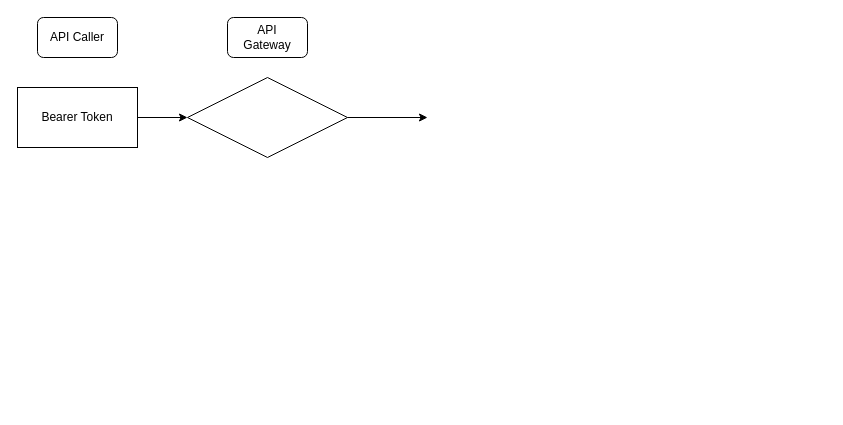
This is Auth0.drawio from developer-onizuka/Diagrams, a draw.io file, before an edit. Source tidied: cells renumbered, new cells numbered last; positions are measured from the earlier drawing's top-left corner, leaving out a move shared by most shapes. Both pictures are drawn from the tidied source at 100%, with x=0, y=0 at pixel (17, 17).
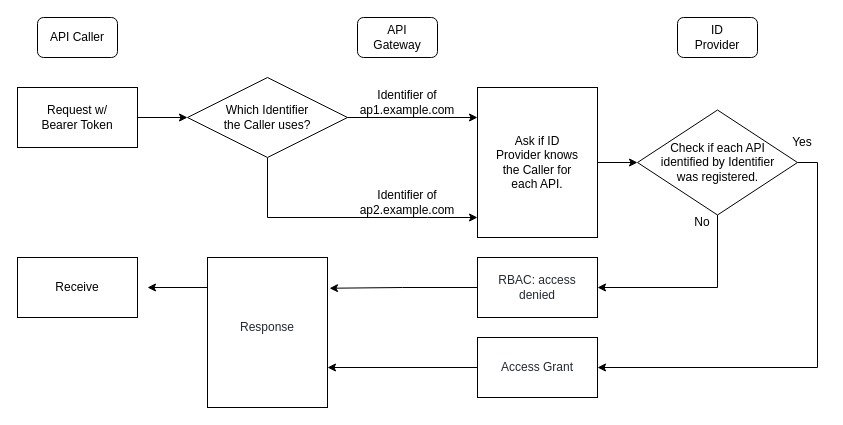
After the change.

Unchanged cells that the change refers to:
```xml
<mxCell id="5" style="rhombus;whiteSpace=wrap;html=1;" parent="1" vertex="1">
  <mxGeometry x="170" y="60" width="160" height="80" as="geometry" />
</mxCell>
```

The edit, as a diff of the source:
```diff
@@
+    <mxCell id="11" style="edgeStyle=orthogonalEdgeStyle;rounded=0;jettySize=auto;html=1;" parent="1" edge="1" source="5">
+      <mxGeometry relative="1" as="geometry">
+        <mxPoint x="460" y="200" as="targetPoint" />
+        <Array as="points">
+          <mxPoint x="250" y="200" />
+          <mxPoint x="410" y="200" />
+        </Array>
+      </mxGeometry>
+    </mxCell>
@@
     <mxCell id="6" style="endArrow=classic;html=1;rounded=0;exitX=1;exitY=0.5;exitDx=0;exitDy=0;" parent="1" edge="1" source="5">
       <mxGeometry relative="1" as="geometry">
-        <mxPoint x="410" y="100" as="targetPoint" />
+        <mxPoint x="460" y="100" as="targetPoint" />
       </mxGeometry>
     </mxCell>
     <mxCell id="7" style="rounded=1;whiteSpace=wrap;html=1;" parent="1" vertex="1">
-      <mxGeometry x="210" width="80" height="40" as="geometry" />
+      <mxGeometry x="340" width="80" height="40" as="geometry" />
     </mxCell>
     <mxCell id="8" value="API Gateway" style="text;html=1;strokeColor=none;fillColor=none;align=center;verticalAlign=middle;whiteSpace=wrap;rounded=0;" parent="1" vertex="1">
-      <mxGeometry x="220" width="60" height="40" as="geometry" />
+      <mxGeometry x="350" width="60" height="40" as="geometry" />
     </mxCell>
@@
-    <mxCell id="10" value="Bearer Token" style="text;html=1;strokeColor=none;fillColor=none;align=center;verticalAlign=middle;whiteSpace=wrap;rounded=0;" parent="1" vertex="1">
+    <mxCell id="10" value="Request w/&lt;br&gt;Bearer Token" style="text;html=1;strokeColor=none;fillColor=none;align=center;verticalAlign=middle;whiteSpace=wrap;rounded=0;" parent="1" vertex="1">
       <mxGeometry x="20" y="80" width="80" height="40" as="geometry" />
     </mxCell>
+    <mxCell id="12" value="Identifier of ap1.example.com" style="text;html=1;strokeColor=none;fillColor=none;align=center;verticalAlign=middle;whiteSpace=wrap;rounded=0;" parent="1" vertex="1">
+      <mxGeometry x="320" y="70" width="140" height="30" as="geometry" />
+    </mxCell>
+    <mxCell id="13" value="Which Identifier the Caller uses?" style="text;html=1;strokeColor=none;fillColor=none;align=center;verticalAlign=middle;whiteSpace=wrap;rounded=0;" parent="1" vertex="1">
+      <mxGeometry x="205" y="80" width="90" height="40" as="geometry" />
+    </mxCell>
+    <mxCell id="14" value="Identifier of ap2.example.com" style="text;html=1;strokeColor=none;fillColor=none;align=center;verticalAlign=middle;whiteSpace=wrap;rounded=0;" parent="1" vertex="1">
+      <mxGeometry x="320" y="170" width="140" height="30" as="geometry" />
+    </mxCell>
+    <mxCell id="15" style="rounded=0;whiteSpace=wrap;html=1;" parent="1" vertex="1">
+      <mxGeometry x="460" y="70" width="120" height="150" as="geometry" />
+    </mxCell>
+    <mxCell id="16" style="edgeStyle=orthogonalEdgeStyle;rounded=0;jettySize=auto;html=1;entryX=0;entryY=0.5;entryDx=0;entryDy=0;exitX=1;exitY=0.5;exitDx=0;exitDy=0;" parent="1" edge="1" source="15" target="22">
+      <mxGeometry relative="1" as="geometry" />
+    </mxCell>
+    <mxCell id="17" value="Ask if ID Provider knows the Caller for each API." style="text;html=1;strokeColor=none;fillColor=none;align=center;verticalAlign=middle;whiteSpace=wrap;rounded=0;" parent="1" vertex="1">
+      <mxGeometry x="475" y="100" width="90" height="90" as="geometry" />
+    </mxCell>
+    <mxCell id="18" style="rounded=1;whiteSpace=wrap;html=1;" parent="1" vertex="1">
+      <mxGeometry x="660" width="80" height="40" as="geometry" />
+    </mxCell>
+    <mxCell id="19" value="ID Provider" style="text;html=1;strokeColor=none;fillColor=none;align=center;verticalAlign=middle;whiteSpace=wrap;rounded=0;" parent="1" vertex="1">
+      <mxGeometry x="670" width="60" height="40" as="geometry" />
+    </mxCell>
+    <mxCell id="20" style="edgeStyle=orthogonalEdgeStyle;rounded=0;jettySize=auto;html=1;exitX=0.5;exitY=1;exitDx=0;exitDy=0;fontSize=12;entryX=1;entryY=0.5;entryDx=0;entryDy=0;" parent="1" edge="1" source="22" target="25">
+      <mxGeometry relative="1" as="geometry" />
+    </mxCell>
+    <mxCell id="21" style="edgeStyle=orthogonalEdgeStyle;rounded=0;jettySize=auto;html=1;exitX=1;exitY=0.5;exitDx=0;exitDy=0;fontSize=12;entryX=1;entryY=0.5;entryDx=0;entryDy=0;" parent="1" edge="1" source="22" target="34">
+      <mxGeometry relative="1" as="geometry" />
+    </mxCell>
+    <mxCell id="22" style="rhombus;whiteSpace=wrap;html=1;" parent="1" vertex="1">
+      <mxGeometry x="620" y="92.5" width="160" height="105" as="geometry" />
+    </mxCell>
+    <mxCell id="23" value="Check if each API identified by Identifier was registered." style="text;html=1;strokeColor=none;fillColor=none;align=center;verticalAlign=middle;whiteSpace=wrap;rounded=0;" parent="1" vertex="1">
+      <mxGeometry x="637.5" y="102.5" width="125" height="85" as="geometry" />
+    </mxCell>
+    <mxCell id="24" style="edgeStyle=orthogonalEdgeStyle;rounded=0;jettySize=auto;html=1;exitX=0;exitY=0.5;exitDx=0;exitDy=0;fontSize=12;entryX=1.017;entryY=0.205;entryDx=0;entryDy=0;entryPerimeter=0;" parent="1" edge="1" source="25" target="29">
+      <mxGeometry relative="1" as="geometry" />
+    </mxCell>
+    <mxCell id="25" style="rounded=0;whiteSpace=wrap;html=1;" parent="1" vertex="1">
+      <mxGeometry x="460" y="240" width="120" height="60" as="geometry" />
+    </mxCell>
+    <mxCell id="26" value="&lt;span style=&quot;color: rgb(36 , 41 , 47) ; text-align: left ; background-color: rgb(255 , 255 , 255)&quot;&gt;&lt;font style=&quot;font-size: 12px&quot;&gt;RBAC: access denied&lt;/font&gt;&lt;/span&gt;" style="text;html=1;strokeColor=none;fillColor=none;align=center;verticalAlign=middle;whiteSpace=wrap;rounded=0;" parent="1" vertex="1">
+      <mxGeometry x="480" y="250" width="80" height="40" as="geometry" />
+    </mxCell>
+    <mxCell id="27" value="No" style="text;html=1;strokeColor=none;fillColor=none;align=center;verticalAlign=middle;whiteSpace=wrap;rounded=0;" parent="1" vertex="1">
+      <mxGeometry x="670" y="190" width="30" height="30" as="geometry" />
+    </mxCell>
+    <mxCell id="28" style="edgeStyle=orthogonalEdgeStyle;rounded=0;jettySize=auto;html=1;exitX=0;exitY=0.5;exitDx=0;exitDy=0;fontSize=12;" parent="1" edge="1" source="29">
+      <mxGeometry relative="1" as="geometry">
+        <mxPoint x="130" y="270" as="targetPoint" />
+        <Array as="points">
+          <mxPoint x="190" y="270" />
+        </Array>
+      </mxGeometry>
+    </mxCell>
+    <mxCell id="29" style="rounded=0;whiteSpace=wrap;html=1;" parent="1" vertex="1">
+      <mxGeometry x="190" y="240" width="120" height="150" as="geometry" />
+    </mxCell>
+    <mxCell id="30" value="&lt;span style=&quot;color: rgb(36 , 41 , 47) ; text-align: left ; background-color: rgb(255 , 255 , 255)&quot;&gt;&lt;font style=&quot;font-size: 12px&quot;&gt;Response&lt;/font&gt;&lt;/span&gt;" style="text;html=1;strokeColor=none;fillColor=none;align=center;verticalAlign=middle;whiteSpace=wrap;rounded=0;" parent="1" vertex="1">
+      <mxGeometry x="210" y="290" width="80" height="40" as="geometry" />
+    </mxCell>
+    <mxCell id="31" style="rounded=0;whiteSpace=wrap;html=1;" parent="1" vertex="1">
+      <mxGeometry y="240" width="120" height="60" as="geometry" />
+    </mxCell>
+    <mxCell id="32" value="Receive" style="text;html=1;strokeColor=none;fillColor=none;align=center;verticalAlign=middle;whiteSpace=wrap;rounded=0;" parent="1" vertex="1">
+      <mxGeometry x="20" y="250" width="80" height="40" as="geometry" />
+    </mxCell>
+    <mxCell id="33" style="edgeStyle=orthogonalEdgeStyle;rounded=0;jettySize=auto;html=1;exitX=0;exitY=0.5;exitDx=0;exitDy=0;fontSize=12;" parent="1" edge="1" source="34">
+      <mxGeometry relative="1" as="geometry">
+        <mxPoint x="310" y="350" as="targetPoint" />
+      </mxGeometry>
+    </mxCell>
+    <mxCell id="34" style="rounded=0;whiteSpace=wrap;html=1;" parent="1" vertex="1">
+      <mxGeometry x="460" y="320" width="120" height="60" as="geometry" />
+    </mxCell>
+    <mxCell id="35" value="&lt;span style=&quot;color: rgb(36 , 41 , 47) ; text-align: left ; background-color: rgb(255 , 255 , 255)&quot;&gt;&lt;font style=&quot;font-size: 12px&quot;&gt;Access Grant&lt;/font&gt;&lt;/span&gt;" style="text;html=1;strokeColor=none;fillColor=none;align=center;verticalAlign=middle;whiteSpace=wrap;rounded=0;" parent="1" vertex="1">
+      <mxGeometry x="480" y="330" width="80" height="40" as="geometry" />
+    </mxCell>
+    <mxCell id="36" value="Yes" style="text;html=1;strokeColor=none;fillColor=none;align=center;verticalAlign=middle;whiteSpace=wrap;rounded=0;" parent="1" vertex="1">
+      <mxGeometry x="770" y="110" width="30" height="30" as="geometry" />
+    </mxCell>
```
